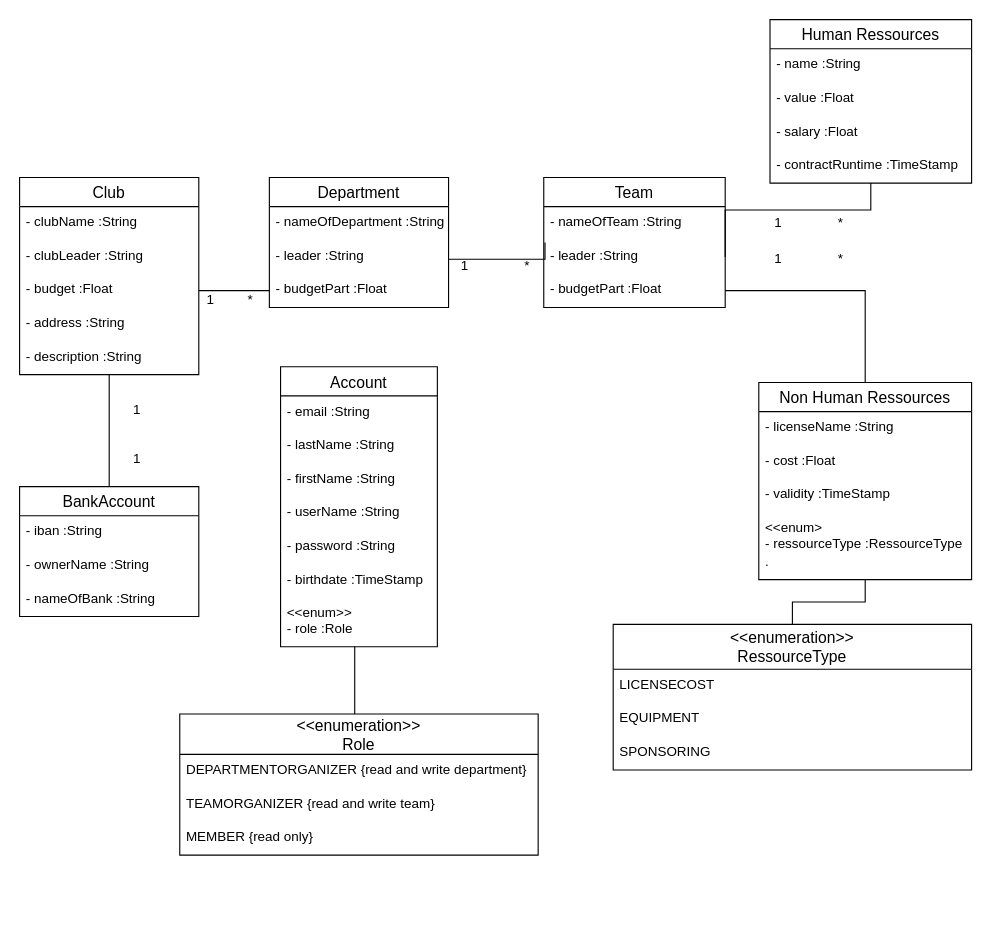
The draw.io diagram Documentation/Diagrams/domain_types.drawio in MJ7898/VereinsfinanzManager, before the edit. Source tidied: cells renumbered, new cells numbered last; positions are measured from the earlier drawing's top-left corner, leaving out a move shared by most shapes. Both pictures are drawn from the tidied source at 112%, with x=0, y=0 at pixel (19, 19).
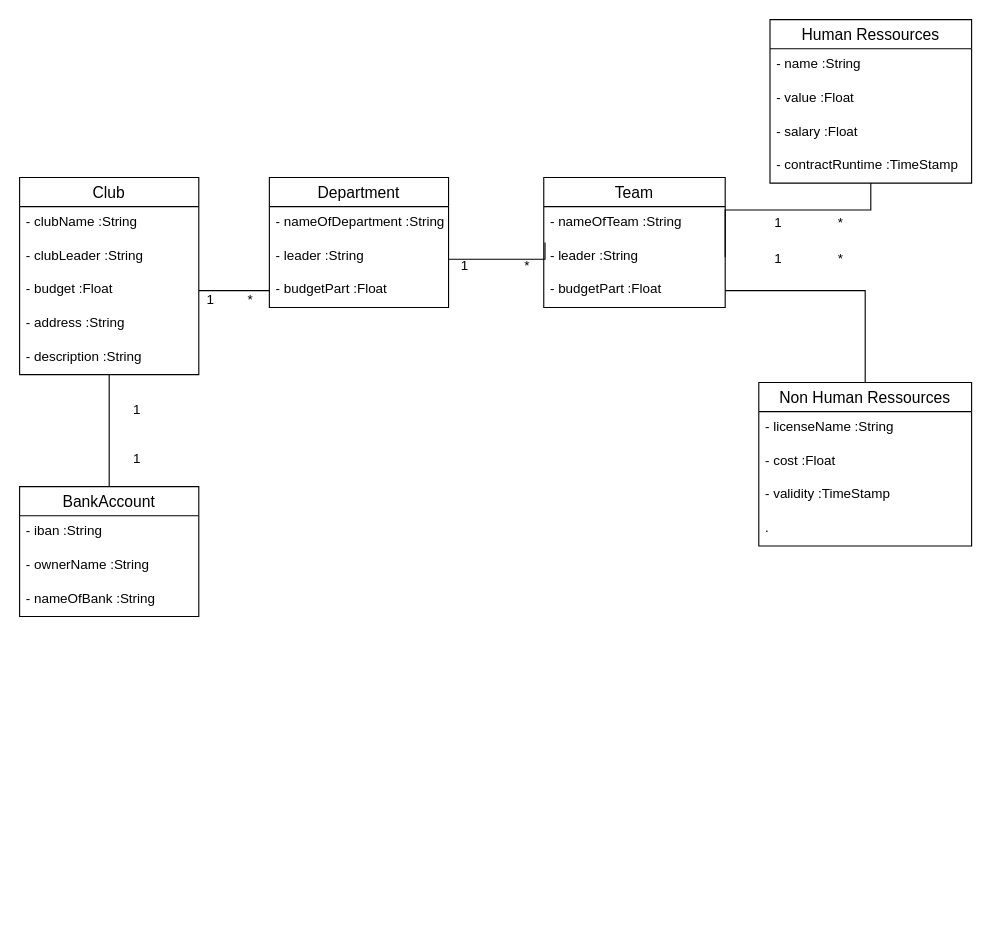
The same page after the edit.

Diff of the diagram source:
```diff
@@
-    <mxCell id="2" value="Account" style="swimlane;fontStyle=0;horizontal=1;startSize=26;align=center;fontSize=14;" parent="1" vertex="1">
-      <mxGeometry x="233" y="310" width="140" height="250" as="geometry" />
-    </mxCell>
-    <mxCell id="3" value="- email :String" style="text;strokeColor=none;fillColor=none;spacingLeft=4;spacingRight=4;overflow=hidden;fontSize=12;" parent="2" vertex="1">
-      <mxGeometry y="26" width="140" height="30" as="geometry" />
-    </mxCell>
-    <mxCell id="4" value="- lastName :String" style="text;strokeColor=none;fillColor=none;spacingLeft=4;spacingRight=4;overflow=hidden;fontSize=12;" parent="2" vertex="1">
-      <mxGeometry y="56" width="140" height="30" as="geometry" />
-    </mxCell>
-    <mxCell id="5" value="- firstName :String" style="text;strokeColor=none;fillColor=none;spacingLeft=4;spacingRight=4;overflow=hidden;fontSize=12;" parent="2" vertex="1">
-      <mxGeometry y="86" width="140" height="30" as="geometry" />
-    </mxCell>
-    <mxCell id="6" value="- userName :String" style="text;strokeColor=none;fillColor=none;spacingLeft=4;spacingRight=4;overflow=hidden;fontSize=12;" parent="2" vertex="1">
-      <mxGeometry y="116" width="140" height="30" as="geometry" />
-    </mxCell>
-    <mxCell id="7" value="- password :String" style="text;strokeColor=none;fillColor=none;spacingLeft=4;spacingRight=4;overflow=hidden;fontSize=12;" parent="2" vertex="1">
-      <mxGeometry y="146" width="140" height="30" as="geometry" />
-    </mxCell>
-    <mxCell id="8" value="- birthdate :TimeStamp" style="text;strokeColor=none;fillColor=none;spacingLeft=4;spacingRight=4;overflow=hidden;fontSize=12;" parent="2" vertex="1">
-      <mxGeometry y="176" width="140" height="30" as="geometry" />
-    </mxCell>
-    <mxCell id="9" value="&lt;&lt;enum&gt;&gt; &#10;- role :Role" style="text;strokeColor=none;fillColor=none;spacingLeft=4;spacingRight=4;overflow=hidden;points=[[0,0.5],[1,0.5]];portConstraint=eastwest;fontSize=12;" parent="2" vertex="1">
-      <mxGeometry y="206" width="140" height="44" as="geometry" />
-    </mxCell>
@@
     <mxCell id="31" value="Non Human Ressources" style="swimlane;fontStyle=0;horizontal=1;startSize=26;align=center;fontSize=14;" parent="1" vertex="1">
-      <mxGeometry x="660" y="324" width="190" height="176" as="geometry" />
+      <mxGeometry x="660" y="324" width="190" height="146" as="geometry" />
     </mxCell>
@@
-    <mxCell id="35" value="&lt;&lt;enum&gt;&#10;- ressourceType :RessourceType" style="text;strokeColor=none;fillColor=none;spacingLeft=4;spacingRight=4;overflow=hidden;fontSize=12;" parent="31" vertex="1">
-      <mxGeometry y="116" width="190" height="30" as="geometry" />
-    </mxCell>
     <mxCell id="36" value="." style="text;strokeColor=none;fillColor=none;spacingLeft=4;spacingRight=4;overflow=hidden;fontSize=12;" parent="31" vertex="1">
-      <mxGeometry y="146" width="190" height="30" as="geometry" />
+      <mxGeometry y="116" width="190" height="30" as="geometry" />
     </mxCell>
-    <mxCell id="37" style="edgeStyle=orthogonalEdgeStyle;rounded=0;jettySize=auto;html=1;entryX=0.473;entryY=0.996;entryDx=0;entryDy=0;entryPerimeter=0;endArrow=none;endFill=0;" parent="1" edge="1" source="38" target="9">
-      <mxGeometry relative="1" as="geometry">
-        <Array as="points">
-          <mxPoint x="303" y="635" />
-          <mxPoint x="299" y="635" />
-        </Array>
-      </mxGeometry>
-    </mxCell>
-    <mxCell id="38" value="&lt;&lt;enumeration&gt;&gt;&#10;Role" style="swimlane;fontStyle=0;horizontal=1;startSize=36;align=center;fontSize=14;" parent="1" vertex="1">
-      <mxGeometry x="143" y="620" width="320" height="126" as="geometry" />
-    </mxCell>
-    <mxCell id="39" value="DEPARTMENTORGANIZER {read and write department}" style="text;strokeColor=none;fillColor=none;spacingLeft=4;spacingRight=4;overflow=hidden;fontSize=12;" parent="38" vertex="1">
-      <mxGeometry y="36" width="320" height="30" as="geometry" />
-    </mxCell>
-    <mxCell id="40" value="TEAMORGANIZER {read and write team}" style="text;strokeColor=none;fillColor=none;spacingLeft=4;spacingRight=4;overflow=hidden;fontSize=12;" parent="38" vertex="1">
-      <mxGeometry y="66" width="320" height="30" as="geometry" />
-    </mxCell>
-    <mxCell id="41" value="MEMBER {read only}" style="text;strokeColor=none;fillColor=none;spacingLeft=4;spacingRight=4;overflow=hidden;fontSize=12;" parent="38" vertex="1">
-      <mxGeometry y="96" width="320" height="30" as="geometry" />
-    </mxCell>
@@
-    <mxCell id="54" style="edgeStyle=orthogonalEdgeStyle;rounded=0;jettySize=auto;html=1;endArrow=none;endFill=0;" parent="1" edge="1" source="55" target="31">
-      <mxGeometry relative="1" as="geometry" />
-    </mxCell>
-    <mxCell id="55" value="&lt;&lt;enumeration&gt;&gt;&#10;RessourceType" style="swimlane;fontStyle=0;horizontal=1;startSize=40;align=center;fontSize=14;" parent="1" vertex="1">
-      <mxGeometry x="530" y="540" width="320" height="130" as="geometry" />
-    </mxCell>
-    <mxCell id="56" value="LICENSECOST" style="text;strokeColor=none;fillColor=none;spacingLeft=4;spacingRight=4;overflow=hidden;fontSize=12;" parent="55" vertex="1">
-      <mxGeometry y="40" width="320" height="30" as="geometry" />
-    </mxCell>
-    <mxCell id="57" value="EQUIPMENT" style="text;strokeColor=none;fillColor=none;spacingLeft=4;spacingRight=4;overflow=hidden;fontSize=12;" parent="55" vertex="1">
-      <mxGeometry y="70" width="320" height="30" as="geometry" />
-    </mxCell>
-    <mxCell id="58" value="SPONSORING" style="text;strokeColor=none;fillColor=none;spacingLeft=4;spacingRight=4;overflow=hidden;fontSize=12;" parent="55" vertex="1">
-      <mxGeometry y="100" width="320" height="30" as="geometry" />
-    </mxCell>
```
